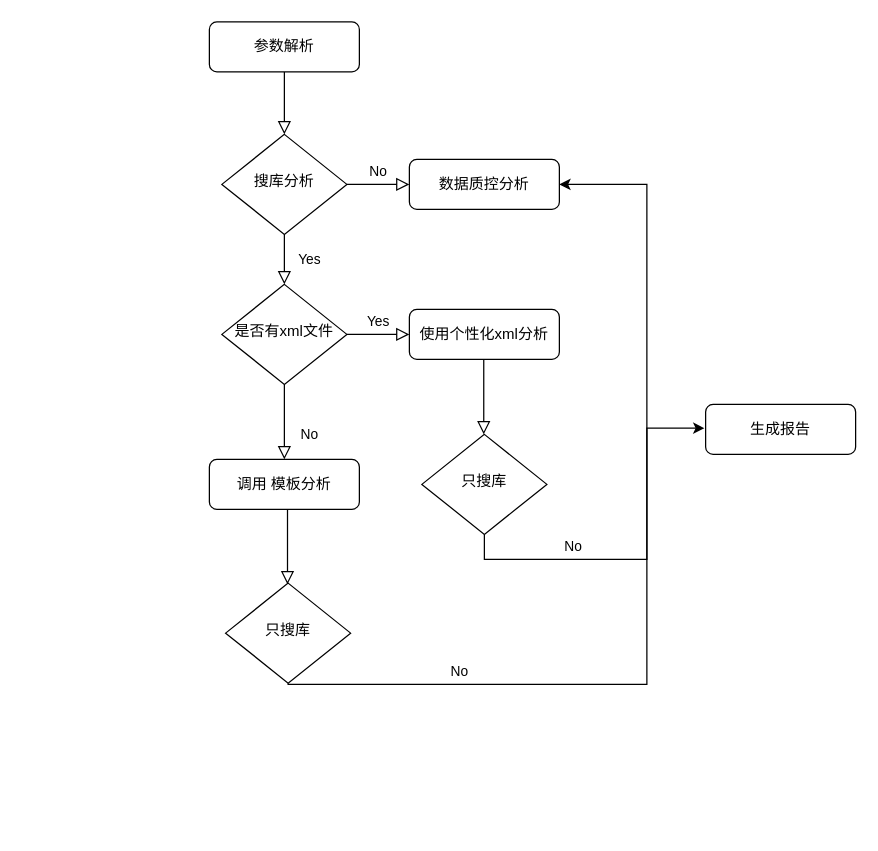
hanwenjuan/test keeps this draw.io diagram as 未命名绘图.drawio. Above is the earlier version. Source tidied: cells renumbered, new cells numbered last; positions are measured from the earlier drawing's top-left corner, leaving out a move shared by most shapes. Both pictures are drawn from the tidied source at 125%, with x=0, y=0 at pixel (209, 21).
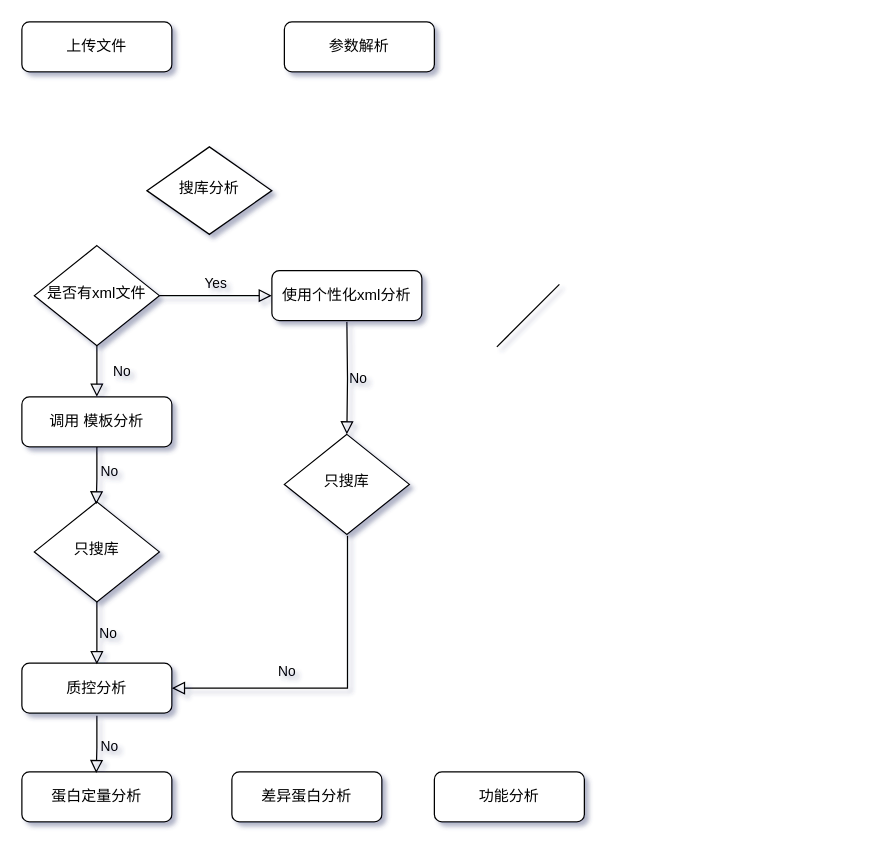
Above is the later version.

Commit message:
更新未命名绘图.drawio

Change to the diagram source:
```diff
@@
-<mxGraphModel>
+<mxGraphModel background="#ffffff" shadow="1">
@@
-    <mxCell id="2" style="rounded=0;html=1;jettySize=auto;fontSize=11;endArrow=block;endFill=0;endSize=8;strokeWidth=1;shadow=0;labelBackgroundColor=none;edgeStyle=orthogonalEdgeStyle;" parent="1" edge="1" source="3" target="6">
-      <mxGeometry relative="1" as="geometry" />
-    </mxCell>
     <mxCell id="3" value="参数解析" style="rounded=1;whiteSpace=wrap;html=1;fontSize=12;glass=0;strokeWidth=1;shadow=0;" parent="1" vertex="1">
-      <mxGeometry width="120" height="40" as="geometry" />
+      <mxGeometry x="60" width="120" height="40" as="geometry" />
     </mxCell>
-    <mxCell id="4" value="Yes" style="rounded=0;html=1;jettySize=auto;fontSize=11;endArrow=block;endFill=0;endSize=8;strokeWidth=1;shadow=0;labelBackgroundColor=none;edgeStyle=orthogonalEdgeStyle;" parent="1" edge="1" source="6" target="10">
-      <mxGeometry y="20" relative="1" as="geometry" />
-    </mxCell>
-    <mxCell id="5" value="No" style="edgeStyle=orthogonalEdgeStyle;rounded=0;html=1;jettySize=auto;fontSize=11;endArrow=block;endFill=0;endSize=8;strokeWidth=1;shadow=0;labelBackgroundColor=none;" parent="1" edge="1" source="6" target="7">
-      <mxGeometry y="10" relative="1" as="geometry" />
-    </mxCell>
     <mxCell id="6" value="搜库分析" style="rhombus;whiteSpace=wrap;html=1;shadow=0;fontFamily=Helvetica;fontSize=12;align=center;strokeWidth=1;spacing=6;spacingTop=-4;" parent="1" vertex="1">
-      <mxGeometry x="10" y="90" width="100" height="80" as="geometry" />
+      <mxGeometry x="-50" y="100" width="100" height="70" as="geometry" />
     </mxCell>
-    <mxCell id="7" value="数据质控分析" style="rounded=1;whiteSpace=wrap;html=1;fontSize=12;glass=0;strokeWidth=1;shadow=0;" parent="1" vertex="1">
-      <mxGeometry x="160" y="110" width="120" height="40" as="geometry" />
-    </mxCell>
     <mxCell id="8" value="No" style="rounded=0;html=1;jettySize=auto;fontSize=11;endArrow=block;endFill=0;endSize=8;strokeWidth=1;shadow=0;labelBackgroundColor=none;edgeStyle=orthogonalEdgeStyle;" parent="1" edge="1" source="10" target="11">
-      <mxGeometry x="0.33" y="20" relative="1" as="geometry" />
+      <mxGeometry x="0.02" y="20" relative="1" as="geometry" />
     </mxCell>
@@
     <mxCell id="10" value="是否有xml文件" style="rhombus;whiteSpace=wrap;html=1;shadow=0;fontFamily=Helvetica;fontSize=12;align=center;strokeWidth=1;spacing=6;spacingTop=-4;" parent="1" vertex="1">
-      <mxGeometry x="10" y="210" width="100" height="80" as="geometry" />
+      <mxGeometry x="-140" y="179" width="100" height="80" as="geometry" />
     </mxCell>
     <mxCell id="11" value="调用 模板分析" style="rounded=1;whiteSpace=wrap;html=1;fontSize=12;glass=0;strokeWidth=1;shadow=0;" parent="1" vertex="1">
-      <mxGeometry y="350" width="120" height="40" as="geometry" />
+      <mxGeometry x="-150" y="300" width="120" height="40" as="geometry" />
     </mxCell>
     <mxCell id="12" value="使用个性化xml分析" style="rounded=1;whiteSpace=wrap;html=1;fontSize=12;glass=0;strokeWidth=1;shadow=0;" parent="1" vertex="1">
-      <mxGeometry x="160" y="230" width="120" height="40" as="geometry" />
+      <mxGeometry x="50" y="199" width="120" height="40" as="geometry" />
     </mxCell>
-    <mxCell id="13" style="edgeStyle=orthogonalEdgeStyle;rounded=0;jettySize=auto;html=1;entryX=1;entryY=0.5;entryDx=0;entryDy=0;" parent="1" edge="1" source="14" target="7">
-      <mxGeometry relative="1" as="geometry">
-        <Array as="points">
-          <mxPoint x="63" y="530" />
-          <mxPoint x="350" y="530" />
-          <mxPoint x="350" y="130" />
-        </Array>
-      </mxGeometry>
-    </mxCell>
     <mxCell id="14" value="只搜库" style="rhombus;whiteSpace=wrap;html=1;shadow=0;fontFamily=Helvetica;fontSize=12;align=center;strokeWidth=1;spacing=6;spacingTop=-4;" parent="1" vertex="1">
-      <mxGeometry x="13" y="449" width="100" height="80" as="geometry" />
+      <mxGeometry x="-140" y="384" width="100" height="80" as="geometry" />
     </mxCell>
-    <mxCell id="15" value="No" style="rounded=0;html=1;jettySize=auto;orthogonalLoop=1;fontSize=11;endArrow=block;endFill=0;endSize=8;strokeWidth=1;shadow=0;labelBackgroundColor=none;edgeStyle=orthogonalEdgeStyle;" parent="1" edge="1">
-      <mxGeometry x="1" y="114" relative="1" as="geometry">
-        <mxPoint x="219.5" y="270" as="sourcePoint" />
-        <mxPoint x="219.5" y="330" as="targetPoint" />
-        <mxPoint x="-43" y="90" as="offset" />
-      </mxGeometry>
-    </mxCell>
-    <mxCell id="16" style="edgeStyle=orthogonalEdgeStyle;rounded=0;jettySize=auto;html=1;exitX=0.5;exitY=1;exitDx=0;exitDy=0;" parent="1" edge="1" source="17">
-      <mxGeometry relative="1" as="geometry">
-        <mxPoint x="396" y="325" as="targetPoint" />
-        <Array as="points">
-          <mxPoint x="220" y="430" />
-          <mxPoint x="350" y="430" />
-        </Array>
-      </mxGeometry>
-    </mxCell>
     <mxCell id="17" value="只搜库" style="rhombus;whiteSpace=wrap;html=1;shadow=0;fontFamily=Helvetica;fontSize=12;align=center;strokeWidth=1;spacing=6;spacingTop=-4;" parent="1" vertex="1">
-      <mxGeometry x="170" y="330" width="100" height="80" as="geometry" />
+      <mxGeometry x="60" y="330" width="100" height="80" as="geometry" />
     </mxCell>
     <mxCell id="18" value="No" style="rounded=0;html=1;jettySize=auto;orthogonalLoop=1;fontSize=11;endArrow=block;endFill=0;endSize=8;strokeWidth=1;shadow=0;labelBackgroundColor=none;edgeStyle=orthogonalEdgeStyle;" parent="1" edge="1">
-      <mxGeometry x="1" y="154" relative="1" as="geometry">
-        <mxPoint x="62.5" y="390" as="sourcePoint" />
-        <mxPoint x="62.5" y="450" as="targetPoint" />
-        <mxPoint x="-17" y="70" as="offset" />
+      <mxGeometry x="-0.13" y="10" relative="1" as="geometry">
+        <mxPoint x="-90" y="340" as="sourcePoint" />
+        <mxPoint x="-90.5" y="386" as="targetPoint" />
+        <Array as="points">
+          <mxPoint x="-90" y="366" />
+          <mxPoint x="-90" y="366" />
+        </Array>
       </mxGeometry>
     </mxCell>
-    <mxCell id="19" value="生成报告" style="rounded=1;whiteSpace=wrap;html=1;fontSize=12;glass=0;strokeWidth=1;shadow=0;" parent="1" vertex="1">
-      <mxGeometry x="397" y="306" width="120" height="40" as="geometry" />
+    <mxCell id="19" value="质控分析" style="rounded=1;whiteSpace=wrap;html=1;fontSize=12;glass=0;strokeWidth=1;shadow=0;" parent="1" vertex="1">
+      <mxGeometry x="-150" y="513" width="120" height="40" as="geometry" />
     </mxCell>
+    <mxCell id="20" value="蛋白定量分析" style="rounded=1;whiteSpace=wrap;html=1;glass=0;strokeWidth=1;shadow=0;flipV=1;" parent="1" vertex="1">
+      <mxGeometry x="-150" y="600" width="120" height="40" as="geometry" />
+    </mxCell>
+    <mxCell id="21" value="差异蛋白分析" style="rounded=1;whiteSpace=wrap;html=1;glass=0;strokeWidth=1;shadow=0;flipV=1;" parent="1" vertex="1">
+      <mxGeometry x="18" y="600" width="120" height="40" as="geometry" />
+    </mxCell>
+    <mxCell id="22" value="功能分析" style="rounded=1;whiteSpace=wrap;html=1;glass=0;strokeWidth=1;shadow=0;flipV=1;" parent="1" vertex="1">
+      <mxGeometry x="180" y="600" width="120" height="40" as="geometry" />
+    </mxCell>
+    <mxCell id="23" value="No" style="rounded=0;html=1;jettySize=auto;orthogonalLoop=1;fontSize=11;endArrow=block;endFill=0;endSize=8;strokeWidth=1;shadow=0;labelBackgroundColor=none;edgeStyle=orthogonalEdgeStyle;exitX=0.5;exitY=0.95;exitDx=0;exitDy=0;exitPerimeter=0;" parent="1" edge="1">
+      <mxGeometry y="9" relative="1" as="geometry">
+        <mxPoint x="-90" y="464" as="sourcePoint" />
+        <mxPoint x="-90" y="514" as="targetPoint" />
+      </mxGeometry>
+    </mxCell>
+    <mxCell id="24" value="No" style="rounded=0;html=1;jettySize=auto;fontSize=11;endArrow=block;endFill=0;endSize=8;strokeWidth=1;shadow=0;labelBackgroundColor=none;edgeStyle=orthogonalEdgeStyle;entryX=1;entryY=0.5;entryDx=0;entryDy=0;" parent="1" edge="1" target="19">
+      <mxGeometry x="0.31" y="-13" relative="1" as="geometry">
+        <mxPoint x="110.5" y="411" as="sourcePoint" />
+        <Array as="points">
+          <mxPoint x="111" y="533" />
+        </Array>
+        <mxPoint x="1" as="offset" />
+      </mxGeometry>
+    </mxCell>
+    <mxCell id="25" value="No" style="rounded=0;html=1;jettySize=auto;fontSize=11;endArrow=block;endFill=0;endSize=8;strokeWidth=1;shadow=0;labelBackgroundColor=none;edgeStyle=orthogonalEdgeStyle;entryX=0.5;entryY=0;entryDx=0;entryDy=0;" parent="1" edge="1" target="17">
+      <mxGeometry y="9" relative="1" as="geometry">
+        <mxPoint x="110" y="240" as="sourcePoint" />
+      </mxGeometry>
+    </mxCell>
+    <mxCell id="26" value="上传文件" style="rounded=1;whiteSpace=wrap;html=1;fontSize=12;glass=0;strokeWidth=1;shadow=0;" parent="1" vertex="1">
+      <mxGeometry x="-150" width="120" height="40" as="geometry" />
+    </mxCell>
+    <mxCell id="15" value="No" style="rounded=0;html=1;jettySize=auto;orthogonalLoop=1;fontSize=11;endArrow=block;endFill=0;endSize=8;strokeWidth=1;shadow=0;labelBackgroundColor=none;edgeStyle=orthogonalEdgeStyle;" parent="1" edge="1">
+      <mxGeometry x="0.09" y="10" relative="1" as="geometry">
+        <mxPoint x="-90" y="555" as="sourcePoint" />
+        <mxPoint x="-90.5" y="601" as="targetPoint" />
+        <Array as="points">
+          <mxPoint x="-90" y="581" />
+          <mxPoint x="-90" y="581" />
+        </Array>
+      </mxGeometry>
+    </mxCell>
+    <mxCell id="27" style="endArrow=none;html=1;rounded=0;" parent="1" edge="1">
+      <mxGeometry relative="1" as="geometry">
+        <mxPoint x="230" y="260" as="sourcePoint" />
+        <mxPoint x="280" y="210" as="targetPoint" />
+      </mxGeometry>
+    </mxCell>
```
